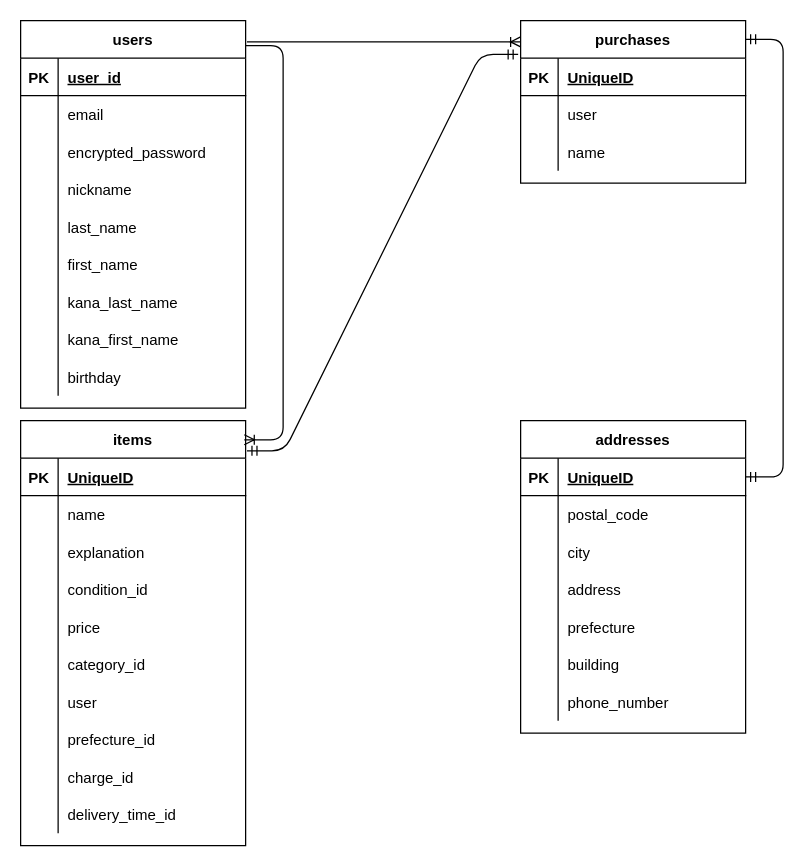
yossy2424/furima-38000 keeps this draw.io diagram as furima.dio. Above is the earlier version. Source tidied: cells renumbered, new cells numbered last; positions are measured from the earlier drawing's top-left corner, leaving out a move shared by most shapes. Both pictures are drawn from the tidied source at 125%, with x=0, y=0 at pixel (20, 20).
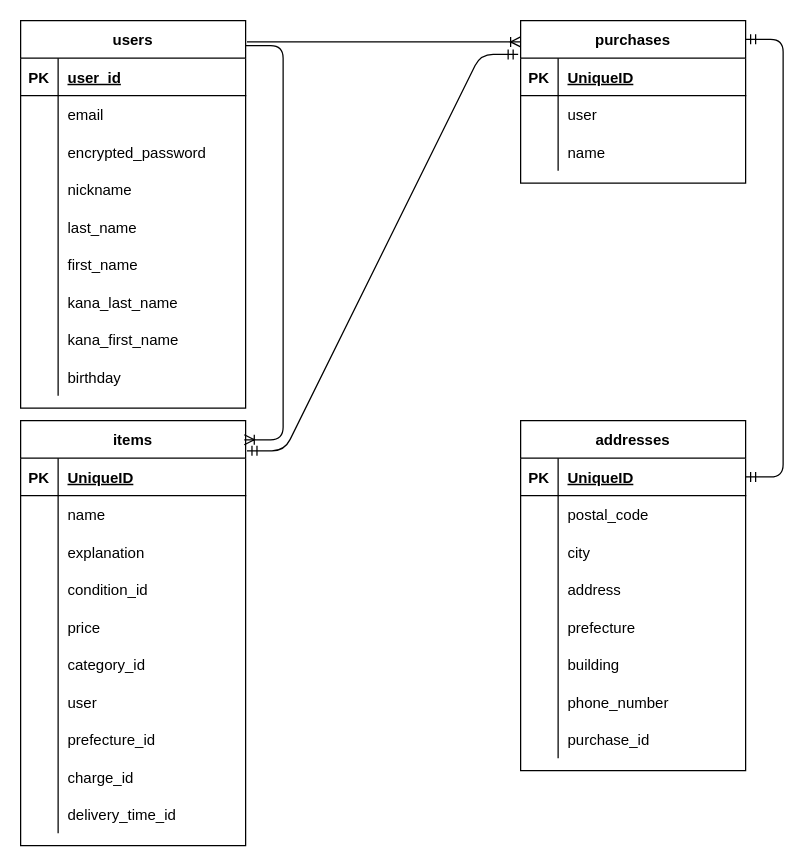
The same diagram, later.

Commit message:
データベース設計5

What changed in the source:
```diff
@@
     <mxCell id="71" value="addresses" style="shape=table;startSize=30;childLayout=tableLayout;rowLines=0;fontStyle=1;align=center;" parent="1" vertex="1">
-      <mxGeometry x="400" y="320" width="180" height="250" as="geometry" />
+      <mxGeometry x="400" y="320" width="180" height="280" as="geometry" />
     </mxCell>
@@
+    <mxCell id="97" style="shape=partialRectangle;fillColor=none;top=0;left=0;bottom=0;right=0;" parent="71" vertex="1">
+      <mxGeometry y="240" width="180" height="30" as="geometry" />
+    </mxCell>
+    <mxCell id="98" style="shape=partialRectangle;fillColor=none;top=0;left=0;bottom=0;right=0;overflow=hidden;" parent="97" vertex="1">
+      <mxGeometry width="30" height="30" as="geometry" />
+    </mxCell>
+    <mxCell id="99" value="purchase_id" style="shape=partialRectangle;fillColor=none;top=0;left=0;bottom=0;right=0;align=left;spacingLeft=6;overflow=hidden;" parent="97" vertex="1">
+      <mxGeometry x="30" width="150" height="30" as="geometry" />
+    </mxCell>
```
